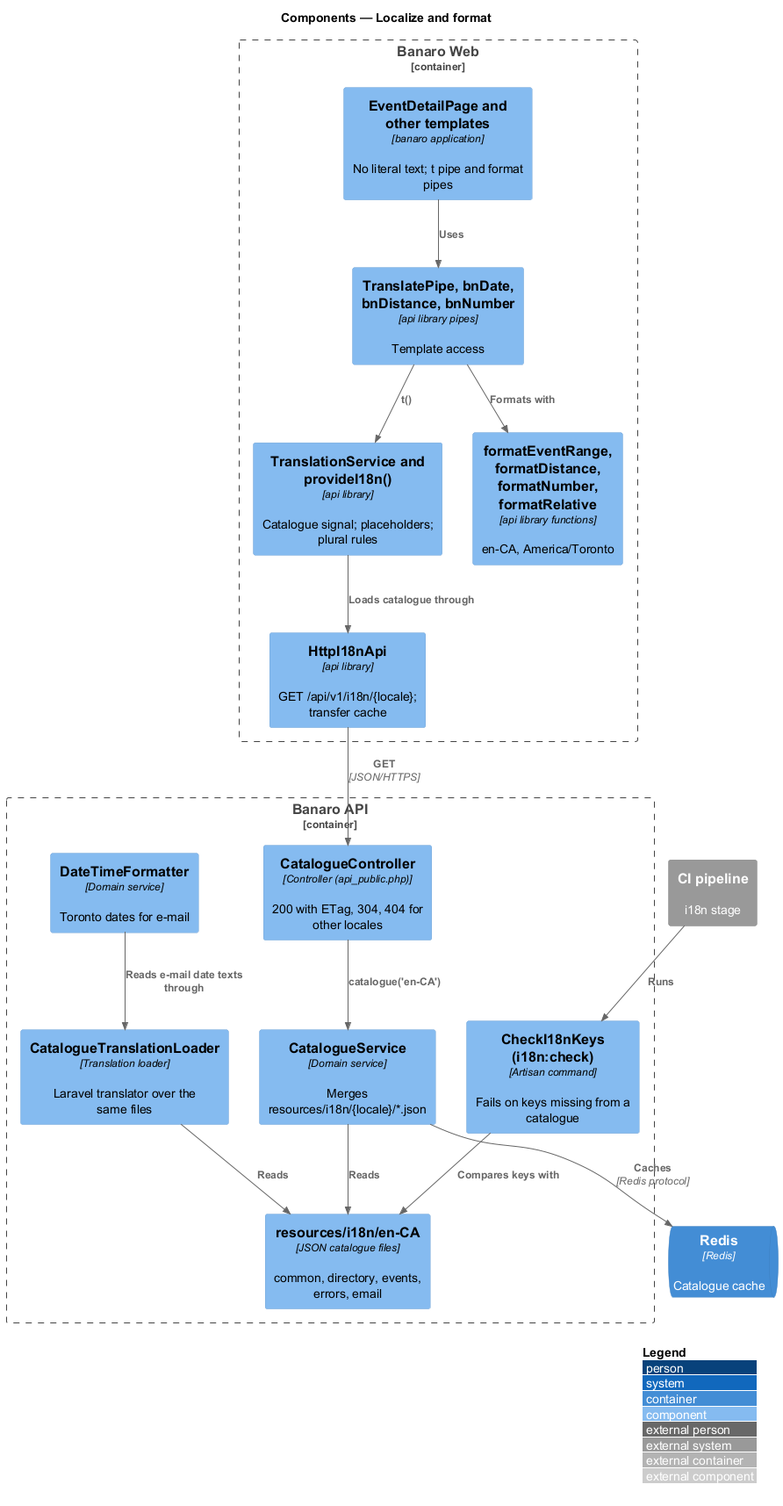
QuinntyneBrown/banaro keeps this PlantUML diagram as docs/detailed-designs/user-experience/localize-and-format/diagrams/c4-component.png. Above is the earlier version.
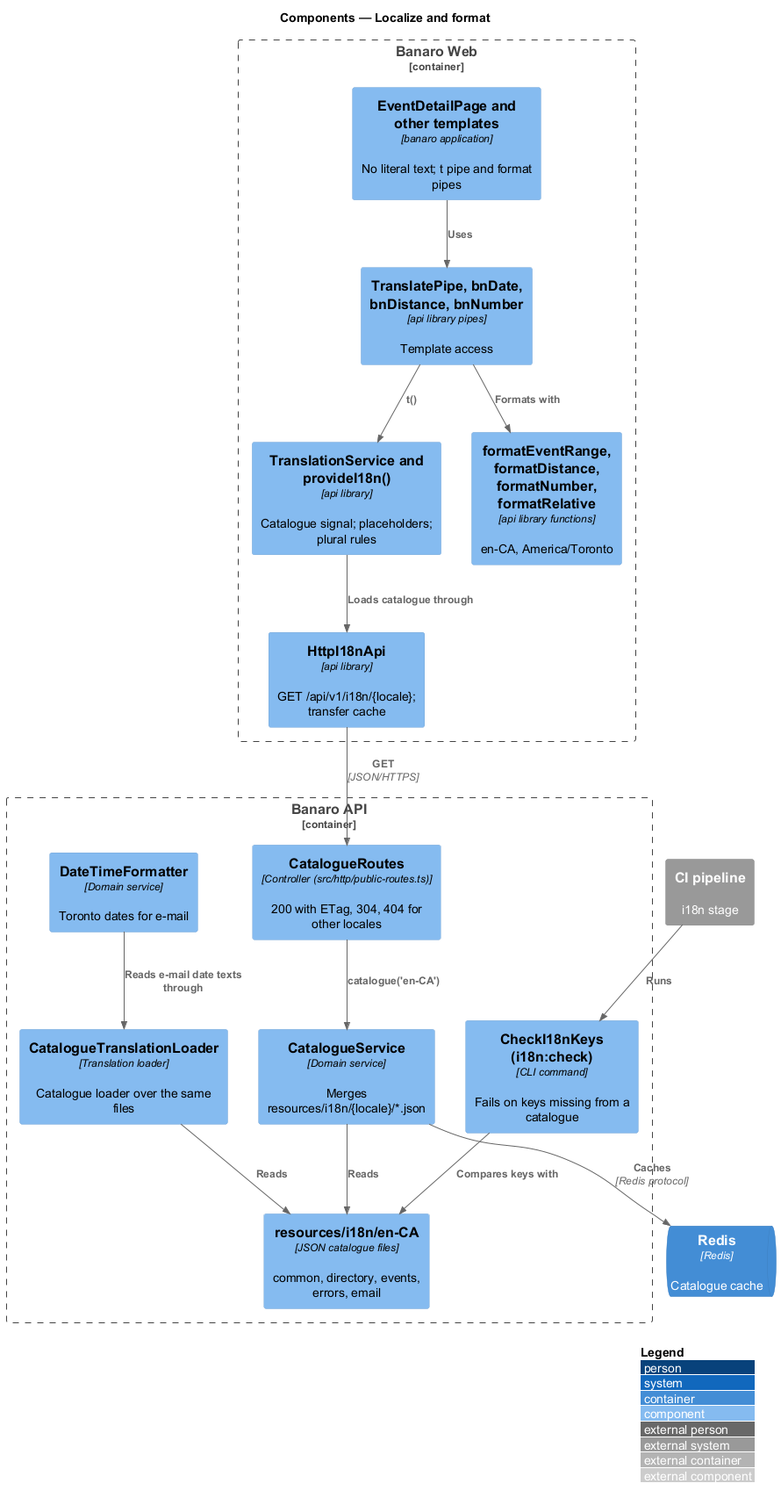
The same file after the commit.

What changed in the source:
```diff
@@ -15,12 +15,12 @@
 }
 
 Container_Boundary(api, "Banaro API") {
-  Component(ctrl, "CatalogueController", "Controller (api_public.php)", "200 with ETag, 304, 404 for other locales")
+  Component(ctrl, "CatalogueRoutes", "Controller (src/http/public-routes.ts)", "200 with ETag, 304, 404 for other locales")
   Component(service, "CatalogueService", "Domain service", "Merges resources/i18n/{locale}/*.json")
-  Component(loader, "CatalogueTranslationLoader", "Translation loader", "Laravel translator over the same files")
+  Component(loader, "CatalogueTranslationLoader", "Translation loader", "Catalogue loader over the same files")
   Component(phpdate, "DateTimeFormatter", "Domain service", "Toronto dates for e-mail")
   Component(files, "resources/i18n/en-CA", "JSON catalogue files", "common, directory, events, errors, email")
-  Component(check, "CheckI18nKeys (i18n:check)", "Artisan command", "Fails on keys missing from a catalogue")
+  Component(check, "CheckI18nKeys (i18n:check)", "CLI command", "Fails on keys missing from a catalogue")
 }
 
 Rel(page, pipes, "Uses")
```
